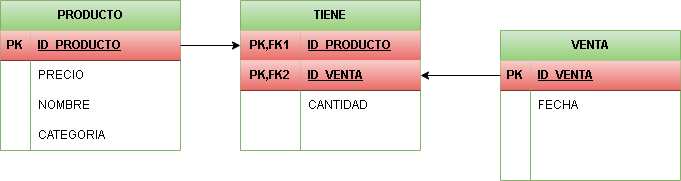
Earlier version of the draw.io export (Unidad-3) (Tarea-4)/img/paso3(2).drawio.png (Darkoscurito/Base-de-datos). Source tidied: cells renumbered, new cells last; positions are measured from the earlier drawing's top-left corner, leaving out a move shared by most shapes. The source it was exported from:
```xml
<mxGraphModel>
  <root>
    <mxCell id="0" />
    <mxCell id="1" parent="0" />
    <mxCell id="2" value="PRODUCTO" style="shape=table;startSize=30;rowLines=0;fontStyle=1;align=center;html=1;fillColor=#d5e8d4;strokeColor=#82b366;gradientColor=#97d077;" parent="1" vertex="1">
      <mxGeometry width="180" height="150" as="geometry" />
    </mxCell>
    <mxCell id="3" style="shape=tableRow;horizontal=0;startSize=0;swimlaneHead=0;swimlaneBody=0;fillColor=none;points=[[0,0.5],[1,0.5]];portConstraint=eastwest;top=0;left=0;right=0;bottom=1;" parent="2" vertex="1">
      <mxGeometry y="30" width="180" height="30" as="geometry" />
    </mxCell>
    <mxCell id="4" value="PK" style="shape=partialRectangle;fillColor=#f8cecc;top=0;left=0;bottom=0;right=0;fontStyle=1;overflow=hidden;whiteSpace=wrap;html=1;gradientColor=#ea6b66;strokeColor=#b85450;" parent="3" vertex="1">
      <mxGeometry width="30" height="30" as="geometry" />
    </mxCell>
    <mxCell id="5" value="ID_PRODUCTO" style="shape=partialRectangle;fillColor=#f8cecc;top=0;left=0;bottom=0;right=0;align=left;spacingLeft=6;fontStyle=5;overflow=hidden;whiteSpace=wrap;html=1;gradientColor=#ea6b66;strokeColor=#b85450;" parent="3" vertex="1">
      <mxGeometry x="30" width="150" height="30" as="geometry" />
    </mxCell>
    <mxCell id="6" style="shape=tableRow;horizontal=0;startSize=0;swimlaneHead=0;swimlaneBody=0;fillColor=none;top=0;left=0;right=0;bottom=0;" parent="2" vertex="1">
      <mxGeometry y="60" width="180" height="30" as="geometry" />
    </mxCell>
    <mxCell id="7" style="shape=partialRectangle;fillColor=none;top=0;left=0;bottom=0;right=0;overflow=hidden;whiteSpace=wrap;html=1;" parent="6" vertex="1">
      <mxGeometry width="30" height="30" as="geometry" />
    </mxCell>
    <mxCell id="8" value="PRECIO" style="shape=partialRectangle;fillColor=none;top=0;left=0;bottom=0;right=0;align=left;spacingLeft=6;overflow=hidden;whiteSpace=wrap;html=1;" parent="6" vertex="1">
      <mxGeometry x="30" width="150" height="30" as="geometry" />
    </mxCell>
    <mxCell id="9" style="shape=tableRow;horizontal=0;startSize=0;swimlaneHead=0;swimlaneBody=0;fillColor=none;top=0;left=0;right=0;bottom=0;" parent="2" vertex="1">
      <mxGeometry y="90" width="180" height="30" as="geometry" />
    </mxCell>
    <mxCell id="10" style="shape=partialRectangle;fillColor=none;top=0;left=0;bottom=0;right=0;overflow=hidden;whiteSpace=wrap;html=1;" parent="9" vertex="1">
      <mxGeometry width="30" height="30" as="geometry" />
    </mxCell>
    <mxCell id="11" value="NOMBRE" style="shape=partialRectangle;fillColor=none;top=0;left=0;bottom=0;right=0;align=left;spacingLeft=6;overflow=hidden;whiteSpace=wrap;html=1;" parent="9" vertex="1">
      <mxGeometry x="30" width="150" height="30" as="geometry" />
    </mxCell>
    <mxCell id="12" style="shape=tableRow;horizontal=0;startSize=0;swimlaneHead=0;swimlaneBody=0;fillColor=none;top=0;left=0;right=0;bottom=0;" parent="2" vertex="1">
      <mxGeometry y="120" width="180" height="30" as="geometry" />
    </mxCell>
    <mxCell id="13" style="shape=partialRectangle;fillColor=none;top=0;left=0;bottom=0;right=0;overflow=hidden;whiteSpace=wrap;html=1;" parent="12" vertex="1">
      <mxGeometry width="30" height="30" as="geometry" />
    </mxCell>
    <mxCell id="14" value="CATEGORIA" style="shape=partialRectangle;fillColor=none;top=0;left=0;bottom=0;right=0;align=left;spacingLeft=6;overflow=hidden;whiteSpace=wrap;html=1;" parent="12" vertex="1">
      <mxGeometry x="30" width="150" height="30" as="geometry" />
    </mxCell>
    <mxCell id="15" value="VENTA" style="shape=table;startSize=30;rowLines=0;fontStyle=1;align=center;html=1;fillColor=#d5e8d4;strokeColor=#82b366;gradientColor=#97d077;" parent="1" vertex="1">
      <mxGeometry x="500" y="30" width="180" height="150" as="geometry" />
    </mxCell>
    <mxCell id="16" style="shape=tableRow;horizontal=0;startSize=0;swimlaneHead=0;swimlaneBody=0;fillColor=none;points=[[0,0.5],[1,0.5]];portConstraint=eastwest;top=0;left=0;right=0;bottom=1;" parent="15" vertex="1">
      <mxGeometry y="30" width="180" height="30" as="geometry" />
    </mxCell>
    <mxCell id="17" value="PK" style="shape=partialRectangle;fillColor=#f8cecc;top=0;left=0;bottom=0;right=0;fontStyle=1;overflow=hidden;whiteSpace=wrap;html=1;gradientColor=#ea6b66;strokeColor=#b85450;" parent="16" vertex="1">
      <mxGeometry width="30" height="30" as="geometry" />
    </mxCell>
    <mxCell id="18" value="ID_VENTA" style="shape=partialRectangle;fillColor=#f8cecc;top=0;left=0;bottom=0;right=0;align=left;spacingLeft=6;fontStyle=5;overflow=hidden;whiteSpace=wrap;html=1;strokeColor=#b85450;gradientColor=#ea6b66;" parent="16" vertex="1">
      <mxGeometry x="30" width="150" height="30" as="geometry" />
    </mxCell>
    <mxCell id="19" style="shape=tableRow;horizontal=0;startSize=0;swimlaneHead=0;swimlaneBody=0;fillColor=none;top=0;left=0;right=0;bottom=0;" parent="15" vertex="1">
      <mxGeometry y="60" width="180" height="30" as="geometry" />
    </mxCell>
    <mxCell id="20" style="shape=partialRectangle;fillColor=none;top=0;left=0;bottom=0;right=0;overflow=hidden;whiteSpace=wrap;html=1;" parent="19" vertex="1">
      <mxGeometry width="30" height="30" as="geometry" />
    </mxCell>
    <mxCell id="21" value="FECHA" style="shape=partialRectangle;fillColor=none;top=0;left=0;bottom=0;right=0;align=left;spacingLeft=6;overflow=hidden;whiteSpace=wrap;html=1;" parent="19" vertex="1">
      <mxGeometry x="30" width="150" height="30" as="geometry" />
    </mxCell>
    <mxCell id="22" style="shape=tableRow;horizontal=0;startSize=0;swimlaneHead=0;swimlaneBody=0;fillColor=none;top=0;left=0;right=0;bottom=0;" parent="15" vertex="1">
      <mxGeometry y="90" width="180" height="30" as="geometry" />
    </mxCell>
    <mxCell id="23" style="shape=partialRectangle;fillColor=none;top=0;left=0;bottom=0;right=0;overflow=hidden;whiteSpace=wrap;html=1;" parent="22" vertex="1">
      <mxGeometry width="30" height="30" as="geometry" />
    </mxCell>
    <mxCell id="24" style="shape=partialRectangle;fillColor=none;top=0;left=0;bottom=0;right=0;align=left;spacingLeft=6;overflow=hidden;whiteSpace=wrap;html=1;" parent="22" vertex="1">
      <mxGeometry x="30" width="150" height="30" as="geometry" />
    </mxCell>
    <mxCell id="25" style="shape=tableRow;horizontal=0;startSize=0;swimlaneHead=0;swimlaneBody=0;fillColor=none;points=[[0,0.5],[1,0.5]];portConstraint=eastwest;top=0;left=0;right=0;bottom=0;" parent="15" vertex="1">
      <mxGeometry y="120" width="180" height="30" as="geometry" />
    </mxCell>
    <mxCell id="26" style="shape=partialRectangle;fillColor=none;top=0;left=0;bottom=0;right=0;overflow=hidden;whiteSpace=wrap;html=1;" parent="25" vertex="1">
      <mxGeometry width="30" height="30" as="geometry" />
    </mxCell>
    <mxCell id="27" style="shape=partialRectangle;fillColor=none;top=0;left=0;bottom=0;right=0;align=left;spacingLeft=6;overflow=hidden;whiteSpace=wrap;html=1;" parent="25" vertex="1">
      <mxGeometry x="30" width="150" height="30" as="geometry" />
    </mxCell>
    <mxCell id="28" value="TIENE" style="shape=table;startSize=30;rowLines=0;fontStyle=1;align=center;html=1;whiteSpace=wrap;fillColor=#d5e8d4;gradientColor=#97d077;strokeColor=#82b366;" parent="1" vertex="1">
      <mxGeometry x="240" width="180" height="150" as="geometry" />
    </mxCell>
    <mxCell id="29" style="shape=tableRow;horizontal=0;startSize=0;swimlaneHead=0;swimlaneBody=0;fillColor=none;top=0;left=0;right=0;bottom=0;html=1;" parent="28" vertex="1">
      <mxGeometry y="30" width="180" height="30" as="geometry" />
    </mxCell>
    <mxCell id="30" value="PK,FK1" style="shape=partialRectangle;fillColor=#f8cecc;top=0;left=0;bottom=0;right=0;fontStyle=1;overflow=hidden;html=1;whiteSpace=wrap;gradientColor=#ea6b66;strokeColor=#b85450;" parent="29" vertex="1">
      <mxGeometry width="60" height="30" as="geometry" />
    </mxCell>
    <mxCell id="31" value="ID_PRODUCTO" style="shape=partialRectangle;fillColor=#f8cecc;top=0;left=0;bottom=0;right=0;align=left;spacingLeft=6;fontStyle=5;overflow=hidden;html=1;whiteSpace=wrap;gradientColor=#ea6b66;strokeColor=#b85450;" parent="29" vertex="1">
      <mxGeometry x="60" width="120" height="30" as="geometry" />
    </mxCell>
    <mxCell id="32" style="shape=tableRow;horizontal=0;startSize=0;swimlaneHead=0;swimlaneBody=0;fillColor=none;points=[[0,0.5],[1,0.5]];portConstraint=eastwest;top=0;left=0;right=0;bottom=1;html=1;" parent="28" vertex="1">
      <mxGeometry y="60" width="180" height="30" as="geometry" />
    </mxCell>
    <mxCell id="33" value="PK,FK2" style="shape=partialRectangle;fillColor=#f8cecc;top=0;left=0;bottom=0;right=0;fontStyle=1;overflow=hidden;html=1;whiteSpace=wrap;gradientColor=#ea6b66;strokeColor=#b85450;" parent="32" vertex="1">
      <mxGeometry width="60" height="30" as="geometry" />
    </mxCell>
    <mxCell id="34" value="ID_VENTA" style="shape=partialRectangle;fillColor=#f8cecc;top=0;left=0;bottom=0;right=0;align=left;spacingLeft=6;fontStyle=5;overflow=hidden;html=1;whiteSpace=wrap;gradientColor=#ea6b66;strokeColor=#b85450;" parent="32" vertex="1">
      <mxGeometry x="60" width="120" height="30" as="geometry" />
    </mxCell>
    <mxCell id="35" style="shape=tableRow;horizontal=0;startSize=0;swimlaneHead=0;swimlaneBody=0;fillColor=none;top=0;left=0;right=0;bottom=0;html=1;" parent="28" vertex="1">
      <mxGeometry y="90" width="180" height="30" as="geometry" />
    </mxCell>
    <mxCell id="36" style="shape=partialRectangle;fillColor=none;top=0;left=0;bottom=0;right=0;overflow=hidden;html=1;whiteSpace=wrap;" parent="35" vertex="1">
      <mxGeometry width="60" height="30" as="geometry" />
    </mxCell>
    <mxCell id="37" value="CANTIDAD" style="shape=partialRectangle;fillColor=none;top=0;left=0;bottom=0;right=0;align=left;spacingLeft=6;overflow=hidden;html=1;whiteSpace=wrap;" parent="35" vertex="1">
      <mxGeometry x="60" width="120" height="30" as="geometry" />
    </mxCell>
    <mxCell id="38" style="shape=tableRow;horizontal=0;startSize=0;swimlaneHead=0;swimlaneBody=0;fillColor=none;top=0;left=0;right=0;bottom=0;html=1;" parent="28" vertex="1">
      <mxGeometry y="120" width="180" height="30" as="geometry" />
    </mxCell>
    <mxCell id="39" style="shape=partialRectangle;fillColor=none;top=0;left=0;bottom=0;right=0;overflow=hidden;html=1;whiteSpace=wrap;" parent="38" vertex="1">
      <mxGeometry width="60" height="30" as="geometry" />
    </mxCell>
    <mxCell id="40" style="shape=partialRectangle;fillColor=none;top=0;left=0;bottom=0;right=0;align=left;spacingLeft=6;overflow=hidden;html=1;whiteSpace=wrap;" parent="38" vertex="1">
      <mxGeometry x="60" width="120" height="30" as="geometry" />
    </mxCell>
    <mxCell id="41" style="edgeStyle=none;html=1;" parent="1" edge="1" source="3">
      <mxGeometry relative="1" as="geometry">
        <mxPoint x="240" y="45" as="targetPoint" />
      </mxGeometry>
    </mxCell>
    <mxCell id="42" style="edgeStyle=none;html=1;entryX=1;entryY=0.5;entryDx=0;entryDy=0;" parent="1" edge="1" source="16" target="32">
      <mxGeometry relative="1" as="geometry" />
    </mxCell>
  </root>
</mxGraphModel>
```
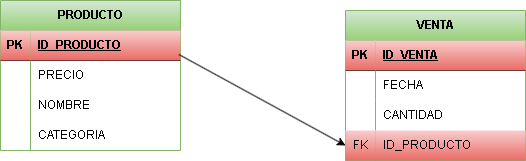
After the commit.

Change to the diagram source:
```diff
@@ -42,7 +42,7 @@
       <mxGeometry x="30" width="150" height="30" as="geometry" />
     </mxCell>
     <mxCell id="15" value="VENTA" style="shape=table;startSize=30;rowLines=0;fontStyle=1;align=center;html=1;fillColor=#d5e8d4;strokeColor=#82b366;gradientColor=#97d077;" parent="1" vertex="1">
-      <mxGeometry x="500" y="30" width="180" height="150" as="geometry" />
+      <mxGeometry x="345" y="10" width="180" height="150" as="geometry" />
     </mxCell>
     <mxCell id="16" style="shape=tableRow;horizontal=0;startSize=0;swimlaneHead=0;swimlaneBody=0;fillColor=none;points=[[0,0.5],[1,0.5]];portConstraint=eastwest;top=0;left=0;right=0;bottom=1;" parent="15" vertex="1">
       <mxGeometry y="30" width="180" height="30" as="geometry" />
@@ -68,64 +68,20 @@
     <mxCell id="23" style="shape=partialRectangle;fillColor=none;top=0;left=0;bottom=0;right=0;overflow=hidden;whiteSpace=wrap;html=1;" parent="22" vertex="1">
       <mxGeometry width="30" height="30" as="geometry" />
     </mxCell>
-    <mxCell id="24" style="shape=partialRectangle;fillColor=none;top=0;left=0;bottom=0;right=0;align=left;spacingLeft=6;overflow=hidden;whiteSpace=wrap;html=1;" parent="22" vertex="1">
+    <mxCell id="24" value="CANTIDAD" style="shape=partialRectangle;fillColor=none;top=0;left=0;bottom=0;right=0;align=left;spacingLeft=6;overflow=hidden;whiteSpace=wrap;html=1;" parent="22" vertex="1">
       <mxGeometry x="30" width="150" height="30" as="geometry" />
     </mxCell>
     <mxCell id="25" style="shape=tableRow;horizontal=0;startSize=0;swimlaneHead=0;swimlaneBody=0;fillColor=none;points=[[0,0.5],[1,0.5]];portConstraint=eastwest;top=0;left=0;right=0;bottom=0;" parent="15" vertex="1">
       <mxGeometry y="120" width="180" height="30" as="geometry" />
     </mxCell>
-    <mxCell id="26" style="shape=partialRectangle;fillColor=none;top=0;left=0;bottom=0;right=0;overflow=hidden;whiteSpace=wrap;html=1;" parent="25" vertex="1">
+    <mxCell id="26" value="FK" style="shape=partialRectangle;fillColor=#f8cecc;top=0;left=0;bottom=0;right=0;overflow=hidden;whiteSpace=wrap;html=1;gradientColor=#ea6b66;strokeColor=#b85450;" parent="25" vertex="1">
       <mxGeometry width="30" height="30" as="geometry" />
     </mxCell>
-    <mxCell id="27" style="shape=partialRectangle;fillColor=none;top=0;left=0;bottom=0;right=0;align=left;spacingLeft=6;overflow=hidden;whiteSpace=wrap;html=1;" parent="25" vertex="1">
+    <mxCell id="27" value="ID_PRODUCTO" style="shape=partialRectangle;fillColor=#f8cecc;top=0;left=0;bottom=0;right=0;align=left;spacingLeft=6;overflow=hidden;whiteSpace=wrap;html=1;strokeColor=#b85450;gradientColor=#ea6b66;" parent="25" vertex="1">
       <mxGeometry x="30" width="150" height="30" as="geometry" />
     </mxCell>
-    <mxCell id="28" value="TIENE" style="shape=table;startSize=30;rowLines=0;fontStyle=1;align=center;html=1;whiteSpace=wrap;fillColor=#d5e8d4;gradientColor=#97d077;strokeColor=#82b366;" parent="1" vertex="1">
-      <mxGeometry x="240" width="180" height="150" as="geometry" />
-    </mxCell>
-    <mxCell id="29" style="shape=tableRow;horizontal=0;startSize=0;swimlaneHead=0;swimlaneBody=0;fillColor=none;top=0;left=0;right=0;bottom=0;html=1;" parent="28" vertex="1">
-      <mxGeometry y="30" width="180" height="30" as="geometry" />
-    </mxCell>
-    <mxCell id="30" value="PK,FK1" style="shape=partialRectangle;fillColor=#f8cecc;top=0;left=0;bottom=0;right=0;fontStyle=1;overflow=hidden;html=1;whiteSpace=wrap;gradientColor=#ea6b66;strokeColor=#b85450;" parent="29" vertex="1">
-      <mxGeometry width="60" height="30" as="geometry" />
-    </mxCell>
-    <mxCell id="31" value="ID_PRODUCTO" style="shape=partialRectangle;fillColor=#f8cecc;top=0;left=0;bottom=0;right=0;align=left;spacingLeft=6;fontStyle=5;overflow=hidden;html=1;whiteSpace=wrap;gradientColor=#ea6b66;strokeColor=#b85450;" parent="29" vertex="1">
-      <mxGeometry x="60" width="120" height="30" as="geometry" />
-    </mxCell>
-    <mxCell id="32" style="shape=tableRow;horizontal=0;startSize=0;swimlaneHead=0;swimlaneBody=0;fillColor=none;points=[[0,0.5],[1,0.5]];portConstraint=eastwest;top=0;left=0;right=0;bottom=1;html=1;" parent="28" vertex="1">
-      <mxGeometry y="60" width="180" height="30" as="geometry" />
-    </mxCell>
-    <mxCell id="33" value="PK,FK2" style="shape=partialRectangle;fillColor=#f8cecc;top=0;left=0;bottom=0;right=0;fontStyle=1;overflow=hidden;html=1;whiteSpace=wrap;gradientColor=#ea6b66;strokeColor=#b85450;" parent="32" vertex="1">
-      <mxGeometry width="60" height="30" as="geometry" />
-    </mxCell>
-    <mxCell id="34" value="ID_VENTA" style="shape=partialRectangle;fillColor=#f8cecc;top=0;left=0;bottom=0;right=0;align=left;spacingLeft=6;fontStyle=5;overflow=hidden;html=1;whiteSpace=wrap;gradientColor=#ea6b66;strokeColor=#b85450;" parent="32" vertex="1">
-      <mxGeometry x="60" width="120" height="30" as="geometry" />
-    </mxCell>
-    <mxCell id="35" style="shape=tableRow;horizontal=0;startSize=0;swimlaneHead=0;swimlaneBody=0;fillColor=none;top=0;left=0;right=0;bottom=0;html=1;" parent="28" vertex="1">
-      <mxGeometry y="90" width="180" height="30" as="geometry" />
-    </mxCell>
-    <mxCell id="36" style="shape=partialRectangle;fillColor=none;top=0;left=0;bottom=0;right=0;overflow=hidden;html=1;whiteSpace=wrap;" parent="35" vertex="1">
-      <mxGeometry width="60" height="30" as="geometry" />
-    </mxCell>
-    <mxCell id="37" value="CANTIDAD" style="shape=partialRectangle;fillColor=none;top=0;left=0;bottom=0;right=0;align=left;spacingLeft=6;overflow=hidden;html=1;whiteSpace=wrap;" parent="35" vertex="1">
-      <mxGeometry x="60" width="120" height="30" as="geometry" />
-    </mxCell>
-    <mxCell id="38" style="shape=tableRow;horizontal=0;startSize=0;swimlaneHead=0;swimlaneBody=0;fillColor=none;top=0;left=0;right=0;bottom=0;html=1;" parent="28" vertex="1">
-      <mxGeometry y="120" width="180" height="30" as="geometry" />
-    </mxCell>
-    <mxCell id="39" style="shape=partialRectangle;fillColor=none;top=0;left=0;bottom=0;right=0;overflow=hidden;html=1;whiteSpace=wrap;" parent="38" vertex="1">
-      <mxGeometry width="60" height="30" as="geometry" />
-    </mxCell>
-    <mxCell id="40" style="shape=partialRectangle;fillColor=none;top=0;left=0;bottom=0;right=0;align=left;spacingLeft=6;overflow=hidden;html=1;whiteSpace=wrap;" parent="38" vertex="1">
-      <mxGeometry x="60" width="120" height="30" as="geometry" />
-    </mxCell>
-    <mxCell id="41" style="edgeStyle=none;html=1;" parent="1" edge="1" source="3">
-      <mxGeometry relative="1" as="geometry">
-        <mxPoint x="240" y="45" as="targetPoint" />
-      </mxGeometry>
+    <mxCell id="41" style="edgeStyle=none;html=1;entryX=0;entryY=0.5;entryDx=0;entryDy=0;exitX=0.991;exitY=0.8;exitDx=0;exitDy=0;exitPerimeter=0;" parent="1" edge="1" source="3" target="25">
+      <mxGeometry relative="1" as="geometry" />
     </mxCell>
-    <mxCell id="42" style="edgeStyle=none;html=1;entryX=1;entryY=0.5;entryDx=0;entryDy=0;" parent="1" edge="1" source="16" target="32">
-      <mxGeometry relative="1" as="geometry" />
-    </mxCell>
   </root>
 </mxGraphModel>
```
